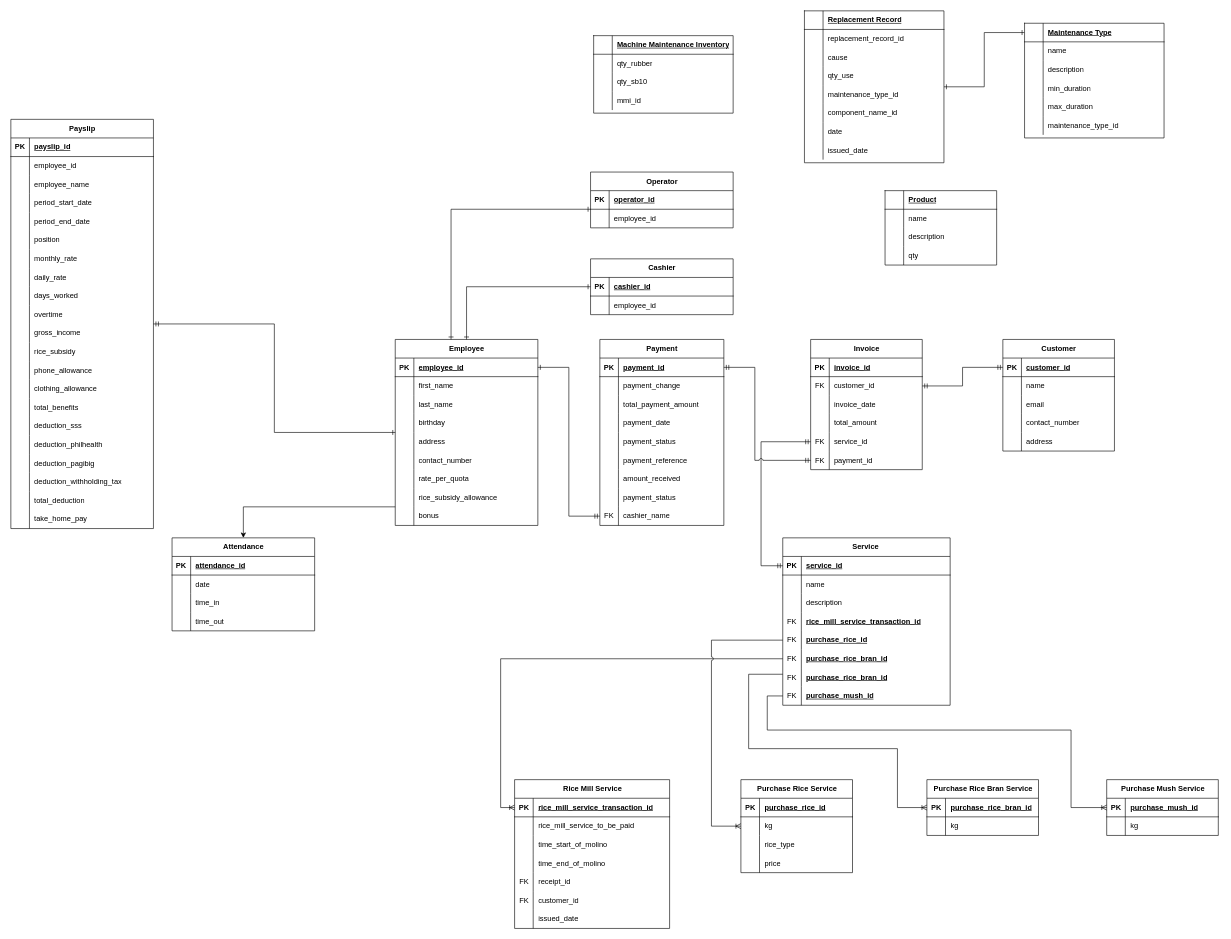
mmdc-j-abejo/abejo-rice-mill keeps this draw.io diagram as page "ERD" (1 of 2) of Entity Relationship Diagram.drawio. Above is the earlier version. Source tidied: cells renumbered, new cells numbered last; positions are measured from the earlier drawing's top-left corner, leaving out a move shared by most shapes. Both pictures are drawn from the tidied source at 62%, with x=0, y=0 at pixel (11, 11).
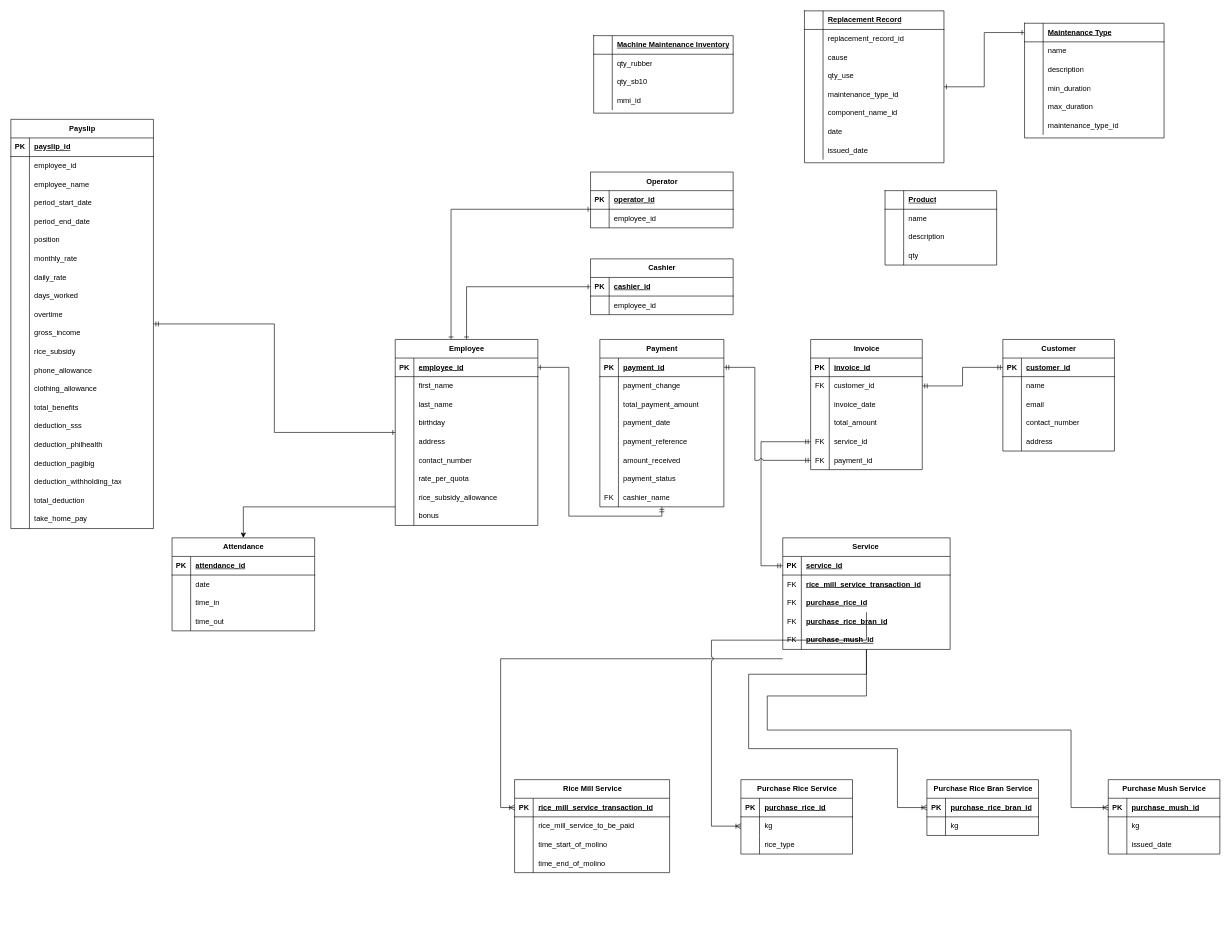
After the change.

Unchanged cells that the change refers to:
```xml
<mxCell id="3" style="shape=tableRow;horizontal=0;startSize=0;swimlaneHead=0;swimlaneBody=0;fillColor=none;points=[[0,0.5],[1,0.5]];portConstraint=eastwest;top=0;left=0;right=0;bottom=1;" parent="2" vertex="1">
  <mxGeometry y="30" width="250" height="30" as="geometry" />
</mxCell>
<mxCell id="101" style="shape=tableRow;horizontal=0;startSize=0;swimlaneHead=0;swimlaneBody=0;fillColor=none;points=[[0,0.5],[1,0.5]];portConstraint=eastwest;top=0;left=0;right=0;bottom=1;" parent="100" vertex="1">
  <mxGeometry y="30" width="180" height="30" as="geometry" />
</mxCell>
```

The edit, as a diff of the source:
```diff
@@
     <mxCell id="2" value="Rice Mill Service" style="shape=table;startSize=30;childLayout=tableLayout;rowLines=0;fontStyle=1;align=center;html=1;" parent="1" vertex="1">
-      <mxGeometry x="812.5" y="1240" width="250" height="240" as="geometry" />
+      <mxGeometry x="812.5" y="1240" width="250" height="150" as="geometry" />
     </mxCell>
@@
-    <mxCell id="15" style="shape=tableRow;horizontal=0;startSize=0;swimlaneHead=0;swimlaneBody=0;fillColor=none;top=0;left=0;right=0;bottom=0;" parent="2" vertex="1">
-      <mxGeometry y="150" width="250" height="30" as="geometry" />
-    </mxCell>
-    <mxCell id="16" value="FK" style="shape=partialRectangle;fillColor=none;top=0;left=0;bottom=0;right=0;overflow=hidden;whiteSpace=wrap;html=1;" parent="15" vertex="1">
-      <mxGeometry width="30" height="30" as="geometry" />
-    </mxCell>
-    <mxCell id="17" value="receipt_id" style="shape=partialRectangle;fillColor=none;top=0;left=0;bottom=0;right=0;align=left;spacingLeft=6;overflow=hidden;whiteSpace=wrap;html=1;" parent="15" vertex="1">
-      <mxGeometry x="30" width="220" height="30" as="geometry" />
-    </mxCell>
-    <mxCell id="18" style="shape=tableRow;horizontal=0;startSize=0;swimlaneHead=0;swimlaneBody=0;fillColor=none;top=0;left=0;right=0;bottom=0;" parent="2" vertex="1">
-      <mxGeometry y="180" width="250" height="30" as="geometry" />
-    </mxCell>
-    <mxCell id="19" value="FK" style="shape=partialRectangle;fillColor=none;top=0;left=0;bottom=0;right=0;overflow=hidden;whiteSpace=wrap;html=1;" parent="18" vertex="1">
-      <mxGeometry width="30" height="30" as="geometry" />
-    </mxCell>
-    <mxCell id="20" value="customer_id" style="shape=partialRectangle;fillColor=none;top=0;left=0;bottom=0;right=0;align=left;spacingLeft=6;overflow=hidden;whiteSpace=wrap;html=1;" parent="18" vertex="1">
-      <mxGeometry x="30" width="220" height="30" as="geometry" />
-    </mxCell>
-    <mxCell id="21" style="shape=tableRow;horizontal=0;startSize=0;swimlaneHead=0;swimlaneBody=0;fillColor=none;top=0;left=0;right=0;bottom=0;" parent="2" vertex="1">
-      <mxGeometry y="210" width="250" height="30" as="geometry" />
-    </mxCell>
-    <mxCell id="22" style="shape=partialRectangle;fillColor=none;top=0;left=0;bottom=0;right=0;overflow=hidden;whiteSpace=wrap;html=1;" parent="21" vertex="1">
-      <mxGeometry width="30" height="30" as="geometry" />
-    </mxCell>
-    <mxCell id="23" value="issued_date" style="shape=partialRectangle;fillColor=none;top=0;left=0;bottom=0;right=0;align=left;spacingLeft=6;overflow=hidden;whiteSpace=wrap;html=1;" parent="21" vertex="1">
-      <mxGeometry x="30" width="220" height="30" as="geometry" />
-    </mxCell>
     <mxCell id="24" value="Payment" style="shape=table;startSize=30;childLayout=tableLayout;rowLines=0;fontStyle=1;align=center;html=1;" parent="1" vertex="1">
-      <mxGeometry x="950" y="530" width="200" height="300" as="geometry" />
+      <mxGeometry x="950" y="530" width="200" height="270" as="geometry" />
     </mxCell>
@@
-    <mxCell id="37" style="shape=tableRow;horizontal=0;startSize=0;swimlaneHead=0;swimlaneBody=0;fillColor=none;top=0;left=0;right=0;bottom=0;" parent="24" vertex="1">
-      <mxGeometry y="150" width="200" height="30" as="geometry" />
-    </mxCell>
-    <mxCell id="38" style="shape=partialRectangle;fillColor=none;top=0;left=0;bottom=0;right=0;overflow=hidden;whiteSpace=wrap;html=1;" parent="37" vertex="1">
-      <mxGeometry width="30" height="30" as="geometry" />
-    </mxCell>
-    <mxCell id="39" value="payment_status" style="shape=partialRectangle;fillColor=none;top=0;left=0;bottom=0;right=0;align=left;spacingLeft=6;overflow=hidden;whiteSpace=wrap;html=1;" parent="37" vertex="1">
-      <mxGeometry x="30" width="170" height="30" as="geometry" />
-    </mxCell>
     <mxCell id="40" style="shape=tableRow;horizontal=0;startSize=0;swimlaneHead=0;swimlaneBody=0;fillColor=none;top=0;left=0;right=0;bottom=0;" parent="24" vertex="1">
-      <mxGeometry y="180" width="200" height="30" as="geometry" />
+      <mxGeometry y="150" width="200" height="30" as="geometry" />
     </mxCell>
@@
     <mxCell id="43" style="shape=tableRow;horizontal=0;startSize=0;swimlaneHead=0;swimlaneBody=0;fillColor=none;top=0;left=0;right=0;bottom=0;" parent="24" vertex="1">
-      <mxGeometry y="210" width="200" height="30" as="geometry" />
+      <mxGeometry y="180" width="200" height="30" as="geometry" />
     </mxCell>
@@
     <mxCell id="46" style="shape=tableRow;horizontal=0;startSize=0;swimlaneHead=0;swimlaneBody=0;fillColor=none;top=0;left=0;right=0;bottom=0;" parent="24" vertex="1">
-      <mxGeometry y="240" width="200" height="30" as="geometry" />
+      <mxGeometry y="210" width="200" height="30" as="geometry" />
     </mxCell>
@@
     <mxCell id="49" style="shape=tableRow;horizontal=0;startSize=0;swimlaneHead=0;swimlaneBody=0;fillColor=none;points=[[0,0.5],[1,0.5]];portConstraint=eastwest;top=0;left=0;right=0;bottom=0;" parent="24" vertex="1">
-      <mxGeometry y="270" width="200" height="30" as="geometry" />
+      <mxGeometry y="240" width="200" height="30" as="geometry" />
     </mxCell>
@@
     <mxCell id="87" value="Purchase Rice Service" style="shape=table;startSize=30;childLayout=tableLayout;rowLines=0;fontStyle=1;align=center;html=1;" parent="1" vertex="1">
-      <mxGeometry x="1177.5" y="1240" width="180" height="150" as="geometry" />
+      <mxGeometry x="1177.5" y="1240" width="180" height="120" as="geometry" />
     </mxCell>
@@
-    <mxCell id="97" style="shape=tableRow;horizontal=0;startSize=0;swimlaneHead=0;swimlaneBody=0;fillColor=none;top=0;left=0;right=0;bottom=0;" parent="87" vertex="1">
-      <mxGeometry y="120" width="180" height="30" as="geometry" />
-    </mxCell>
-    <mxCell id="98" style="shape=partialRectangle;fillColor=none;top=0;left=0;bottom=0;right=0;overflow=hidden;whiteSpace=wrap;html=1;" parent="97" vertex="1">
-      <mxGeometry width="30" height="30" as="geometry" />
-    </mxCell>
-    <mxCell id="99" value="price" style="shape=partialRectangle;fillColor=none;top=0;left=0;bottom=0;right=0;align=left;spacingLeft=6;overflow=hidden;whiteSpace=wrap;html=1;" parent="97" vertex="1">
-      <mxGeometry x="30" width="150" height="30" as="geometry" />
-    </mxCell>
@@
     <mxCell id="107" value="Purchase Mush Service" style="shape=table;startSize=30;childLayout=tableLayout;rowLines=0;fontStyle=1;align=center;html=1;" parent="1" vertex="1">
-      <mxGeometry x="1767.5" y="1240" width="180" height="90" as="geometry" />
+      <mxGeometry x="1770" y="1240" width="180" height="120" as="geometry" />
     </mxCell>
@@
+    <mxCell id="341" style="shape=tableRow;horizontal=0;startSize=0;swimlaneHead=0;swimlaneBody=0;fillColor=none;top=0;left=0;right=0;bottom=0;" parent="107" vertex="1">
+      <mxGeometry y="90" width="180" height="30" as="geometry" />
+    </mxCell>
+    <mxCell id="342" style="shape=partialRectangle;fillColor=none;top=0;left=0;bottom=0;right=0;overflow=hidden;whiteSpace=wrap;html=1;" parent="341" vertex="1">
+      <mxGeometry width="30" height="30" as="geometry" />
+    </mxCell>
+    <mxCell id="23" value="issued_date" style="shape=partialRectangle;fillColor=none;top=0;left=0;bottom=0;right=0;align=left;spacingLeft=6;overflow=hidden;whiteSpace=wrap;html=1;" parent="341" vertex="1">
+      <mxGeometry x="30" width="150" height="30" as="geometry" />
+    </mxCell>
     <mxCell id="114" value="Service&amp;nbsp;" style="shape=table;startSize=30;childLayout=tableLayout;rowLines=0;fontStyle=1;align=center;html=1;" parent="1" vertex="1">
-      <mxGeometry x="1245" y="850" width="270" height="270" as="geometry" />
+      <mxGeometry x="1245" y="850" width="270" height="180" as="geometry" />
     </mxCell>
@@
-    <mxCell id="118" style="shape=tableRow;horizontal=0;startSize=0;swimlaneHead=0;swimlaneBody=0;fillColor=none;top=0;left=0;right=0;bottom=0;" parent="114" vertex="1">
-      <mxGeometry y="60" width="270" height="30" as="geometry" />
-    </mxCell>
-    <mxCell id="119" style="shape=partialRectangle;fillColor=none;top=0;left=0;bottom=0;right=0;overflow=hidden;whiteSpace=wrap;html=1;" parent="118" vertex="1">
-      <mxGeometry width="30" height="30" as="geometry" />
-    </mxCell>
-    <mxCell id="120" value="name" style="shape=partialRectangle;fillColor=none;top=0;left=0;bottom=0;right=0;align=left;spacingLeft=6;overflow=hidden;whiteSpace=wrap;html=1;" parent="118" vertex="1">
-      <mxGeometry x="30" width="240" height="30" as="geometry" />
-    </mxCell>
-    <mxCell id="121" style="shape=tableRow;horizontal=0;startSize=0;swimlaneHead=0;swimlaneBody=0;fillColor=none;top=0;left=0;right=0;bottom=0;" parent="114" vertex="1">
-      <mxGeometry y="90" width="270" height="30" as="geometry" />
-    </mxCell>
-    <mxCell id="122" style="shape=partialRectangle;fillColor=none;top=0;left=0;bottom=0;right=0;overflow=hidden;whiteSpace=wrap;html=1;" parent="121" vertex="1">
-      <mxGeometry width="30" height="30" as="geometry" />
-    </mxCell>
-    <mxCell id="123" value="description" style="shape=partialRectangle;fillColor=none;top=0;left=0;bottom=0;right=0;align=left;spacingLeft=6;overflow=hidden;whiteSpace=wrap;html=1;" parent="121" vertex="1">
-      <mxGeometry x="30" width="240" height="30" as="geometry" />
-    </mxCell>
     <mxCell id="124" style="shape=tableRow;horizontal=0;startSize=0;swimlaneHead=0;swimlaneBody=0;fillColor=none;top=0;left=0;right=0;bottom=0;" parent="114" vertex="1">
-      <mxGeometry y="120" width="270" height="30" as="geometry" />
+      <mxGeometry y="60" width="270" height="30" as="geometry" />
     </mxCell>
@@
     <mxCell id="127" style="shape=tableRow;horizontal=0;startSize=0;swimlaneHead=0;swimlaneBody=0;fillColor=none;points=[[0,0.5],[1,0.5]];portConstraint=eastwest;top=0;left=0;right=0;bottom=0;" parent="114" vertex="1">
-      <mxGeometry y="150" width="270" height="30" as="geometry" />
+      <mxGeometry y="90" width="270" height="30" as="geometry" />
     </mxCell>
@@
-    <mxCell id="130" style="shape=tableRow;horizontal=0;startSize=0;swimlaneHead=0;swimlaneBody=0;fillColor=none;points=[[0,0.5],[1,0.5]];portConstraint=eastwest;top=0;left=0;right=0;bottom=0;" parent="114" vertex="1">
-      <mxGeometry y="180" width="270" height="30" as="geometry" />
-    </mxCell>
-    <mxCell id="131" value="FK" style="shape=partialRectangle;fillColor=none;top=0;left=0;bottom=0;right=0;overflow=hidden;whiteSpace=wrap;html=1;" parent="130" vertex="1">
-      <mxGeometry width="30" height="30" as="geometry" />
-    </mxCell>
-    <mxCell id="132" value="&lt;span style=&quot;font-weight: 700; text-decoration-line: underline;&quot;&gt;purchase_rice_bran_id&lt;/span&gt;" style="shape=partialRectangle;fillColor=none;top=0;left=0;bottom=0;right=0;align=left;spacingLeft=6;overflow=hidden;whiteSpace=wrap;html=1;" parent="130" vertex="1">
-      <mxGeometry x="30" width="240" height="30" as="geometry" />
-    </mxCell>
     <mxCell id="133" style="shape=tableRow;horizontal=0;startSize=0;swimlaneHead=0;swimlaneBody=0;fillColor=none;points=[[0,0.5],[1,0.5]];portConstraint=eastwest;top=0;left=0;right=0;bottom=0;" parent="114" vertex="1">
-      <mxGeometry y="210" width="270" height="30" as="geometry" />
+      <mxGeometry y="120" width="270" height="30" as="geometry" />
     </mxCell>
@@
     <mxCell id="136" style="shape=tableRow;horizontal=0;startSize=0;swimlaneHead=0;swimlaneBody=0;fillColor=none;points=[[0,0.5],[1,0.5]];portConstraint=eastwest;top=0;left=0;right=0;bottom=0;" parent="114" vertex="1">
-      <mxGeometry y="240" width="270" height="30" as="geometry" />
+      <mxGeometry y="150" width="270" height="30" as="geometry" />
     </mxCell>
@@
-    <mxCell id="139" style="edgeStyle=orthogonalEdgeStyle;fontSize=12;html=1;endArrow=ERoneToMany;rounded=0;" parent="1" edge="1" source="130" target="3">
+    <mxCell id="139" style="edgeStyle=orthogonalEdgeStyle;fontSize=12;html=1;endArrow=ERoneToMany;rounded=0;" parent="1" edge="1" target="3">
       <mxGeometry relative="1" as="geometry">
+        <mxPoint x="1245" y="1045" as="sourcePoint" />
         <Array as="points">
           <mxPoint x="790" y="1045" />
           <mxPoint x="790" y="1285" />
         </Array>
       </mxGeometry>
     </mxCell>
-    <mxCell id="140" style="edgeStyle=orthogonalEdgeStyle;fontSize=12;html=1;endArrow=ERoneToMany;rounded=0;" parent="1" edge="1" source="133" target="101">
+    <mxCell id="140" style="edgeStyle=orthogonalEdgeStyle;fontSize=12;html=1;endArrow=ERoneToMany;rounded=0;" parent="1" edge="1" source="114" target="101">
       <mxGeometry relative="1" as="geometry">
         <Array as="points">
           <mxPoint x="1190" y="1070" />
           <mxPoint x="1190" y="1190" />
           <mxPoint x="1430" y="1190" />
           <mxPoint x="1430" y="1285" />
         </Array>
       </mxGeometry>
     </mxCell>
@@
-    <mxCell id="241" style="shape=table;startSize=0;childLayout=tableLayout;rowLines=0;fontStyle=1;align=center;html=1;" parent="1" vertex="1">
-      <mxGeometry x="1410" y="290" width="180" height="120" as="geometry" />
-    </mxCell>
-    <mxCell id="242" style="shape=tableRow;horizontal=0;startSize=0;swimlaneHead=0;swimlaneBody=0;fillColor=none;top=0;left=0;right=0;bottom=1;" parent="241" vertex="1">
-      <mxGeometry width="180" height="30" as="geometry" />
-    </mxCell>
-    <mxCell id="243" style="shape=partialRectangle;fillColor=none;top=0;left=0;bottom=0;right=0;fontStyle=1;overflow=hidden;whiteSpace=wrap;html=1;" parent="242" vertex="1">
-      <mxGeometry width="30" height="30" as="geometry" />
-    </mxCell>
-    <mxCell id="244" value="Product" style="shape=partialRectangle;fillColor=none;top=0;left=0;bottom=0;right=0;align=left;spacingLeft=6;fontStyle=5;overflow=hidden;whiteSpace=wrap;html=1;" parent="242" vertex="1">
-      <mxGeometry x="30" width="150" height="30" as="geometry" />
-    </mxCell>
-    <mxCell id="245" style="shape=tableRow;horizontal=0;startSize=0;swimlaneHead=0;swimlaneBody=0;fillColor=none;top=0;left=0;right=0;bottom=0;" parent="241" vertex="1">
-      <mxGeometry y="30" width="180" height="30" as="geometry" />
-    </mxCell>
-    <mxCell id="246" style="shape=partialRectangle;fillColor=none;top=0;left=0;bottom=0;right=0;overflow=hidden;whiteSpace=wrap;html=1;" parent="245" vertex="1">
-      <mxGeometry width="30" height="30" as="geometry" />
-    </mxCell>
-    <mxCell id="247" value="name" style="shape=partialRectangle;fillColor=none;top=0;left=0;bottom=0;right=0;align=left;spacingLeft=6;overflow=hidden;whiteSpace=wrap;html=1;" parent="245" vertex="1">
-      <mxGeometry x="30" width="150" height="30" as="geometry" />
-    </mxCell>
-    <mxCell id="248" style="shape=tableRow;horizontal=0;startSize=0;swimlaneHead=0;swimlaneBody=0;fillColor=none;top=0;left=0;right=0;bottom=0;" parent="241" vertex="1">
-      <mxGeometry y="60" width="180" height="30" as="geometry" />
-    </mxCell>
-    <mxCell id="249" style="shape=partialRectangle;fillColor=none;top=0;left=0;bottom=0;right=0;overflow=hidden;whiteSpace=wrap;html=1;" parent="248" vertex="1">
-      <mxGeometry width="30" height="30" as="geometry" />
-    </mxCell>
-    <mxCell id="250" value="description" style="shape=partialRectangle;fillColor=none;top=0;left=0;bottom=0;right=0;align=left;spacingLeft=6;overflow=hidden;whiteSpace=wrap;html=1;" parent="248" vertex="1">
-      <mxGeometry x="30" width="150" height="30" as="geometry" />
-    </mxCell>
-    <mxCell id="251" style="shape=tableRow;horizontal=0;startSize=0;swimlaneHead=0;swimlaneBody=0;fillColor=none;top=0;left=0;right=0;bottom=0;" parent="241" vertex="1">
-      <mxGeometry y="90" width="180" height="30" as="geometry" />
-    </mxCell>
-    <mxCell id="252" style="shape=partialRectangle;fillColor=none;top=0;left=0;bottom=0;right=0;overflow=hidden;whiteSpace=wrap;html=1;" parent="251" vertex="1">
-      <mxGeometry width="30" height="30" as="geometry" />
-    </mxCell>
-    <mxCell id="253" value="qty" style="shape=partialRectangle;fillColor=none;top=0;left=0;bottom=0;right=0;align=left;spacingLeft=6;overflow=hidden;whiteSpace=wrap;html=1;" parent="251" vertex="1">
-      <mxGeometry x="30" width="150" height="30" as="geometry" />
-    </mxCell>
@@
+    <mxCell id="241" style="shape=table;startSize=0;childLayout=tableLayout;rowLines=0;fontStyle=1;align=center;html=1;" parent="1" vertex="1">
+      <mxGeometry x="1410" y="290" width="180" height="120" as="geometry" />
+    </mxCell>
+    <mxCell id="242" style="shape=tableRow;horizontal=0;startSize=0;swimlaneHead=0;swimlaneBody=0;fillColor=none;top=0;left=0;right=0;bottom=1;" parent="241" vertex="1">
+      <mxGeometry width="180" height="30" as="geometry" />
+    </mxCell>
+    <mxCell id="243" style="shape=partialRectangle;fillColor=none;top=0;left=0;bottom=0;right=0;fontStyle=1;overflow=hidden;whiteSpace=wrap;html=1;" parent="242" vertex="1">
+      <mxGeometry width="30" height="30" as="geometry" />
+    </mxCell>
+    <mxCell id="244" value="Product" style="shape=partialRectangle;fillColor=none;top=0;left=0;bottom=0;right=0;align=left;spacingLeft=6;fontStyle=5;overflow=hidden;whiteSpace=wrap;html=1;" parent="242" vertex="1">
+      <mxGeometry x="30" width="150" height="30" as="geometry" />
+    </mxCell>
+    <mxCell id="245" style="shape=tableRow;horizontal=0;startSize=0;swimlaneHead=0;swimlaneBody=0;fillColor=none;top=0;left=0;right=0;bottom=0;" parent="241" vertex="1">
+      <mxGeometry y="30" width="180" height="30" as="geometry" />
+    </mxCell>
+    <mxCell id="343" style="shape=partialRectangle;fillColor=none;top=0;left=0;bottom=0;right=0;overflow=hidden;whiteSpace=wrap;html=1;" parent="245" vertex="1">
+      <mxGeometry width="30" height="30" as="geometry" />
+    </mxCell>
+    <mxCell id="247" value="name" style="shape=partialRectangle;fillColor=none;top=0;left=0;bottom=0;right=0;align=left;spacingLeft=6;overflow=hidden;whiteSpace=wrap;html=1;" parent="245" vertex="1">
+      <mxGeometry x="30" width="150" height="30" as="geometry" />
+    </mxCell>
+    <mxCell id="248" style="shape=tableRow;horizontal=0;startSize=0;swimlaneHead=0;swimlaneBody=0;fillColor=none;top=0;left=0;right=0;bottom=0;" parent="241" vertex="1">
+      <mxGeometry y="60" width="180" height="30" as="geometry" />
+    </mxCell>
+    <mxCell id="344" style="shape=partialRectangle;fillColor=none;top=0;left=0;bottom=0;right=0;overflow=hidden;whiteSpace=wrap;html=1;" parent="248" vertex="1">
+      <mxGeometry width="30" height="30" as="geometry" />
+    </mxCell>
+    <mxCell id="250" value="description" style="shape=partialRectangle;fillColor=none;top=0;left=0;bottom=0;right=0;align=left;spacingLeft=6;overflow=hidden;whiteSpace=wrap;html=1;" parent="248" vertex="1">
+      <mxGeometry x="30" width="150" height="30" as="geometry" />
+    </mxCell>
+    <mxCell id="345" style="shape=tableRow;horizontal=0;startSize=0;swimlaneHead=0;swimlaneBody=0;fillColor=none;top=0;left=0;right=0;bottom=0;" parent="241" vertex="1">
+      <mxGeometry y="90" width="180" height="30" as="geometry" />
+    </mxCell>
+    <mxCell id="346" style="shape=partialRectangle;fillColor=none;top=0;left=0;bottom=0;right=0;overflow=hidden;whiteSpace=wrap;html=1;" parent="345" vertex="1">
+      <mxGeometry width="30" height="30" as="geometry" />
+    </mxCell>
+    <mxCell id="253" value="qty" style="shape=partialRectangle;fillColor=none;top=0;left=0;bottom=0;right=0;align=left;spacingLeft=6;overflow=hidden;whiteSpace=wrap;html=1;" parent="345" vertex="1">
+      <mxGeometry x="30" width="150" height="30" as="geometry" />
+    </mxCell>
```
